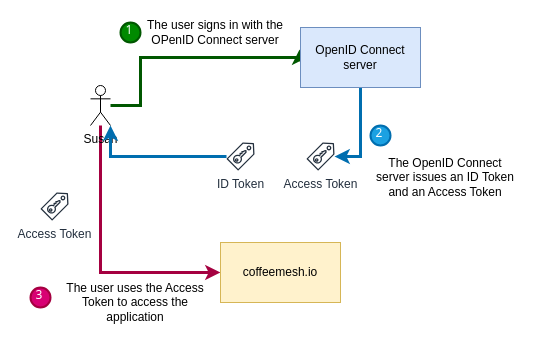
Earlier version of the draw.io diagram page "11.6" (6 of 12) of ch11.drawio (abunuwas/microservices-apis-img). Source tidied: cells renumbered, new cells numbered last; positions are measured from the earlier drawing's top-left corner, leaving out a move shared by most shapes. Both pictures are drawn from the tidied source at 100%, with x=0, y=0 at pixel (30, 17).
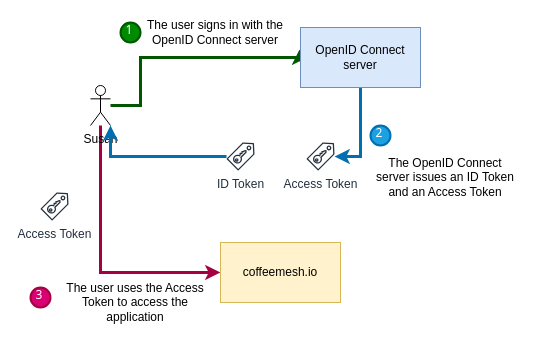
The same page after the edit.

Change to the diagram source:
```diff
@@
-    <mxCell id="8" value="The user signs in with the OPenID Connect server" style="text;html=1;strokeColor=none;fillColor=none;align=center;verticalAlign=middle;whiteSpace=wrap;rounded=0;" parent="1" vertex="1">
+    <mxCell id="8" value="The user signs in with the OpenID Connect server" style="text;html=1;strokeColor=none;fillColor=none;align=center;verticalAlign=middle;whiteSpace=wrap;rounded=0;" parent="1" vertex="1">
       <mxGeometry x="110" width="150" height="30" as="geometry" />
     </mxCell>
```
